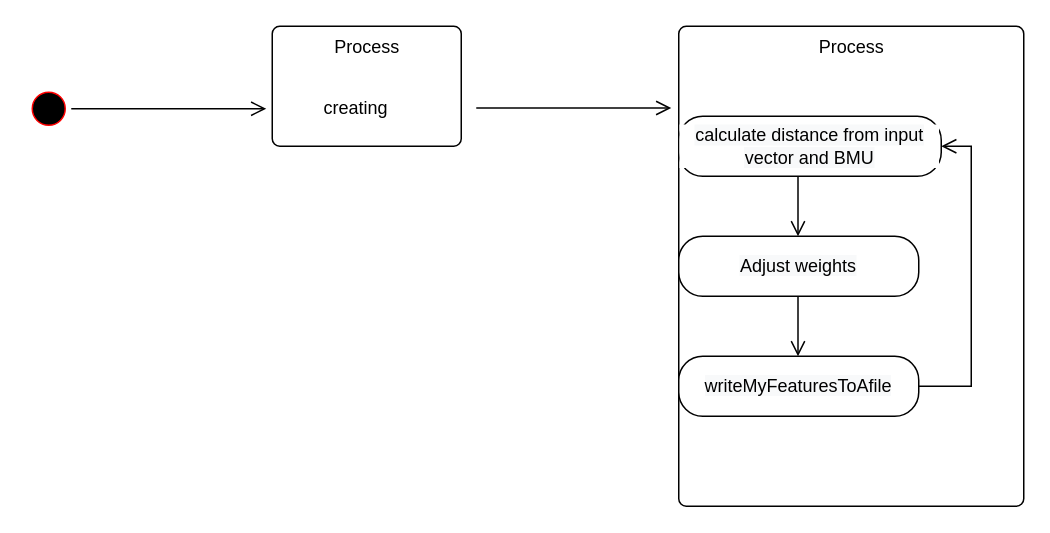
Before: ActorStateMachineDiagram.drawio in vanelopethecoder/som-basic, a draw.io diagram. Source tidied: cells renumbered, new cells numbered last; positions are measured from the earlier drawing's top-left corner, leaving out a move shared by most shapes. Both pictures are drawn from the tidied source at 150%, with x=0, y=0 at pixel (26, 26).
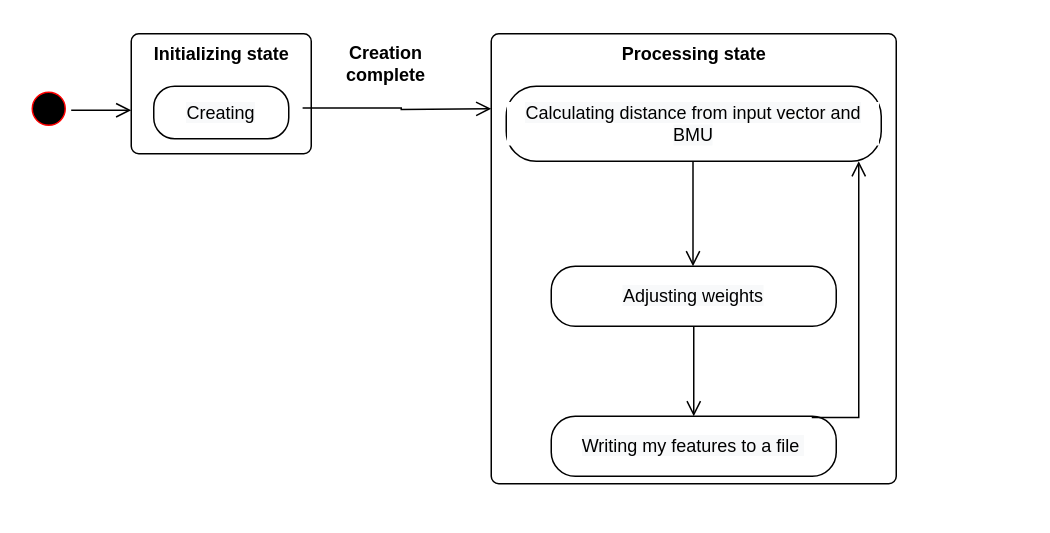
The same page after the edit.

Unchanged cells that the change refers to:
```xml
<mxCell id="4" style="ellipse;html=1;shape=startState;fillColor=#000000;strokeColor=#ff0000;" parent="1" vertex="1">
  <mxGeometry y="40" width="30" height="30" as="geometry" />
</mxCell>
```

What changed in the source:
```diff
@@
-    <mxCell id="2" value="Process" style="html=1;align=center;verticalAlign=top;rounded=1;absoluteArcSize=1;arcSize=10;dashed=0;labelBackgroundColor=default;fontColor=#000000;strokeColor=#000000;fillColor=#FFFFFF;" parent="1" vertex="1">
-      <mxGeometry x="164" width="126" height="80" as="geometry" />
+    <mxCell id="2" value="&lt;b&gt;Initializing state&lt;/b&gt;" style="html=1;align=center;verticalAlign=top;rounded=1;absoluteArcSize=1;arcSize=10;dashed=0;labelBackgroundColor=default;fontColor=#000000;strokeColor=#000000;fillColor=#FFFFFF;" parent="1" vertex="1">
+      <mxGeometry x="70" y="5" width="120" height="80" as="geometry" />
     </mxCell>
-    <mxCell id="3" value="Process" style="html=1;align=center;verticalAlign=top;rounded=1;absoluteArcSize=1;arcSize=10;dashed=0;labelBackgroundColor=default;fontColor=#000000;strokeColor=#000000;fillColor=#FFFFFF;" parent="1" vertex="1">
-      <mxGeometry x="435" width="230" height="320" as="geometry" />
+    <mxCell id="3" value="&lt;b&gt;Processing state&lt;/b&gt;" style="html=1;align=center;verticalAlign=top;rounded=1;absoluteArcSize=1;arcSize=10;dashed=0;labelBackgroundColor=default;fontColor=#000000;strokeColor=#000000;fillColor=#FFFFFF;" parent="1" vertex="1">
+      <mxGeometry x="310" y="5" width="270" height="300" as="geometry" />
     </mxCell>
@@
     <mxCell id="5" style="edgeStyle=orthogonalEdgeStyle;html=1;verticalAlign=bottom;endArrow=open;endSize=8;strokeColor=#000000;rounded=0;" parent="1" edge="1" source="4">
       <mxGeometry relative="1" as="geometry">
-        <mxPoint x="160" y="55" as="targetPoint" />
+        <mxPoint x="70" y="56" as="targetPoint" />
+        <Array as="points">
+          <mxPoint x="70" y="56" />
+          <mxPoint x="70" y="56" />
+        </Array>
       </mxGeometry>
     </mxCell>
-    <mxCell id="6" value="creating" style="text;html=1;strokeColor=none;fillColor=none;align=center;verticalAlign=middle;whiteSpace=wrap;rounded=0;" parent="1" vertex="1">
-      <mxGeometry x="190" y="40" width="60" height="30" as="geometry" />
-    </mxCell>
-    <mxCell id="7" style="edgeStyle=orthogonalEdgeStyle;html=1;verticalAlign=bottom;endArrow=open;endSize=8;strokeColor=#000000;rounded=0;" parent="1" edge="1">
+    <mxCell id="7" style="edgeStyle=orthogonalEdgeStyle;html=1;verticalAlign=bottom;endArrow=open;endSize=8;strokeColor=#000000;rounded=0;exitX=0.952;exitY=0.619;exitDx=0;exitDy=0;exitPerimeter=0;" parent="1" edge="1" source="2">
       <mxGeometry relative="1" as="geometry">
-        <mxPoint x="300" y="54.5" as="sourcePoint" />
-        <mxPoint x="430" y="54.5" as="targetPoint" />
+        <mxPoint x="310" y="55" as="targetPoint" />
       </mxGeometry>
     </mxCell>
-    <mxCell id="8" value="&lt;span style=&quot;background-color: rgb(248 , 249 , 250)&quot;&gt;calculate distance from input vector and BMU&lt;/span&gt;" style="rounded=1;whiteSpace=wrap;html=1;arcSize=40;fontColor=#000000;fillColor=#FFFFFF;strokeColor=#000000;labelBackgroundColor=default;" parent="1" vertex="1">
-      <mxGeometry x="435" y="60" width="175" height="40" as="geometry" />
+    <mxCell id="8" value="&lt;span style=&quot;background-color: rgb(248 , 249 , 250)&quot;&gt;Calculating distance from input vector and BMU&lt;/span&gt;" style="rounded=1;whiteSpace=wrap;html=1;arcSize=40;fontColor=#000000;fillColor=#FFFFFF;strokeColor=#000000;labelBackgroundColor=default;" parent="1" vertex="1">
+      <mxGeometry x="320" y="40" width="250" height="50" as="geometry" />
     </mxCell>
-    <mxCell id="9" value="&lt;span style=&quot;background-color: rgb(248 , 249 , 250)&quot;&gt;Adjust weights&lt;/span&gt;" style="rounded=1;whiteSpace=wrap;html=1;arcSize=40;fontColor=#000000;fillColor=#FFFFFF;strokeColor=#000000;labelBackgroundColor=default;" parent="1" vertex="1">
-      <mxGeometry x="435" y="140" width="160" height="40" as="geometry" />
+    <mxCell id="9" value="&lt;span style=&quot;background-color: rgb(248 , 249 , 250)&quot;&gt;Adjusting weights&lt;/span&gt;" style="rounded=1;whiteSpace=wrap;html=1;arcSize=40;fontColor=#000000;fillColor=#FFFFFF;strokeColor=#000000;labelBackgroundColor=default;" parent="1" vertex="1">
+      <mxGeometry x="350" y="160" width="190" height="40" as="geometry" />
     </mxCell>
-    <mxCell id="10" value="&lt;span style=&quot;background-color: rgb(248 , 249 , 250)&quot;&gt;writeMyFeaturesToAfile&lt;/span&gt;" style="rounded=1;whiteSpace=wrap;html=1;arcSize=40;fontColor=#000000;fillColor=#FFFFFF;strokeColor=#000000;labelBackgroundColor=default;" parent="1" vertex="1">
-      <mxGeometry x="435" y="220" width="160" height="40" as="geometry" />
+    <mxCell id="10" value="&lt;span style=&quot;background-color: rgb(248 , 249 , 250)&quot;&gt;Writing my features to a file&amp;nbsp;&lt;/span&gt;" style="rounded=1;whiteSpace=wrap;html=1;arcSize=40;fontColor=#000000;fillColor=#FFFFFF;strokeColor=#000000;labelBackgroundColor=default;" parent="1" vertex="1">
+      <mxGeometry x="350" y="260" width="190" height="40" as="geometry" />
     </mxCell>
     <mxCell id="11" style="edgeStyle=orthogonalEdgeStyle;html=1;verticalAlign=bottom;endArrow=open;endSize=8;strokeColor=#000000;rounded=0;" parent="1" edge="1">
       <mxGeometry relative="1" as="geometry">
-        <mxPoint x="514.5" y="100" as="sourcePoint" />
-        <mxPoint x="514.5" y="140" as="targetPoint" />
-        <Array as="points">
-          <mxPoint x="514.5" y="140" />
-        </Array>
+        <mxPoint x="444.5" y="90" as="sourcePoint" />
+        <mxPoint x="444.5" y="160" as="targetPoint" />
       </mxGeometry>
     </mxCell>
     <mxCell id="12" style="edgeStyle=orthogonalEdgeStyle;html=1;verticalAlign=bottom;endArrow=open;endSize=8;strokeColor=#000000;rounded=0;" parent="1" edge="1">
       <mxGeometry relative="1" as="geometry">
-        <mxPoint x="514.5" y="180" as="sourcePoint" />
-        <mxPoint x="514.5" y="220" as="targetPoint" />
+        <mxPoint x="444.5" y="200" as="sourcePoint" />
+        <mxPoint x="445" y="260" as="targetPoint" />
         <Array as="points">
-          <mxPoint x="514.5" y="220" />
+          <mxPoint x="445" y="260" />
+          <mxPoint x="445" y="260" />
         </Array>
       </mxGeometry>
     </mxCell>
-    <mxCell id="13" style="edgeStyle=orthogonalEdgeStyle;html=1;verticalAlign=bottom;endArrow=open;endSize=8;strokeColor=#000000;rounded=0;entryX=1;entryY=0.5;entryDx=0;entryDy=0;" parent="1" edge="1" target="8">
+    <mxCell id="13" style="edgeStyle=orthogonalEdgeStyle;html=1;verticalAlign=bottom;endArrow=open;endSize=8;strokeColor=#000000;rounded=0;exitX=0.914;exitY=0.02;exitDx=0;exitDy=0;exitPerimeter=0;" parent="1" edge="1" source="10">
       <mxGeometry relative="1" as="geometry">
-        <mxPoint x="595" y="240" as="sourcePoint" />
+        <mxPoint x="555" y="90" as="targetPoint" />
         <Array as="points">
-          <mxPoint x="630" y="240" />
-          <mxPoint x="630" y="80" />
+          <mxPoint x="555" y="261" />
         </Array>
       </mxGeometry>
     </mxCell>
+    <mxCell id="14" value="&lt;span style=&quot;background-color: rgb(248 , 249 , 250)&quot;&gt;Creating&lt;/span&gt;" style="rounded=1;whiteSpace=wrap;html=1;arcSize=40;fontColor=#000000;fillColor=#FFFFFF;strokeColor=#000000;labelBackgroundColor=default;" parent="1" vertex="1">
+      <mxGeometry x="85" y="40" width="90" height="35" as="geometry" />
+    </mxCell>
+    <mxCell id="15" value="&lt;b&gt;Creation complete&lt;/b&gt;" style="text;html=1;strokeColor=none;fillColor=none;align=center;verticalAlign=middle;whiteSpace=wrap;rounded=0;labelBackgroundColor=default;fontColor=#000000;" parent="1" vertex="1">
+      <mxGeometry x="210" y="10" width="60" height="30" as="geometry" />
+    </mxCell>
```
